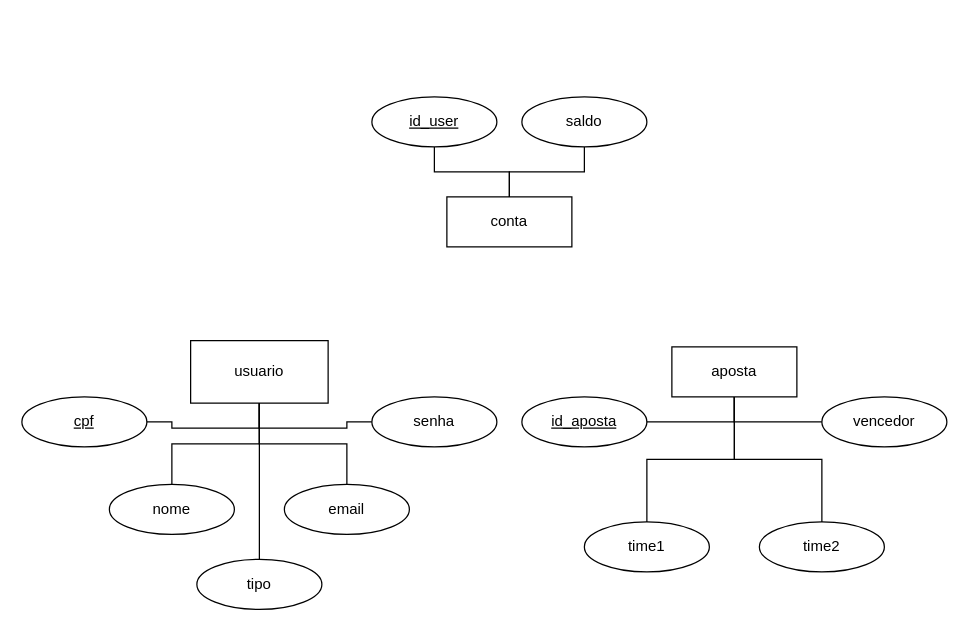
Before: docs/casadeapostas.drawio in batista29/Footbet, a draw.io diagram. Source tidied: cells renumbered, new cells numbered last; positions are measured from the earlier drawing's top-left corner, leaving out a move shared by most shapes. Both pictures are drawn from the tidied source at 125%, with x=0, y=0 at pixel (21, 96).
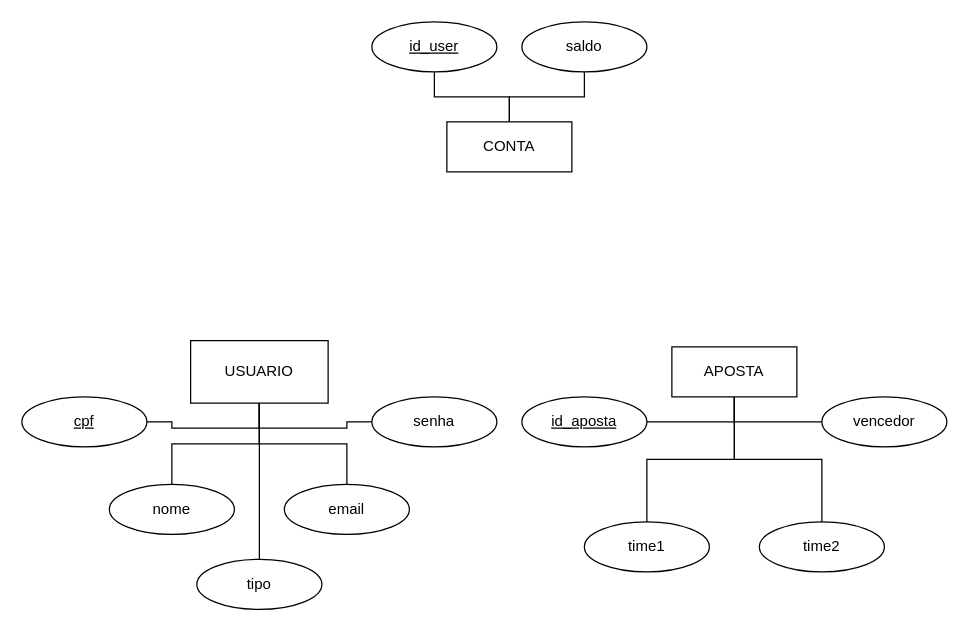
Above is the later version.

Diff of the diagram source:
```diff
@@
-    <mxCell id="2" value="usuario" style="html=1;whiteSpace=wrap;" parent="1" vertex="1">
+    <mxCell id="2" value="USUARIO" style="html=1;whiteSpace=wrap;" parent="1" vertex="1">
       <mxGeometry x="135" y="195" width="110" height="50" as="geometry" />
     </mxCell>
@@
-    <mxCell id="11" value="aposta" style="whiteSpace=wrap;html=1;align=center;" parent="1" vertex="1">
+    <mxCell id="11" value="APOSTA" style="whiteSpace=wrap;html=1;align=center;" parent="1" vertex="1">
       <mxGeometry x="520" y="200" width="100" height="40" as="geometry" />
     </mxCell>
@@
-    <mxCell id="22" value="conta" style="whiteSpace=wrap;html=1;align=center;" parent="1" vertex="1">
-      <mxGeometry x="340" y="80" width="100" height="40" as="geometry" />
+    <mxCell id="22" value="CONTA" style="whiteSpace=wrap;html=1;align=center;" parent="1" vertex="1">
+      <mxGeometry x="340" y="20" width="100" height="40" as="geometry" />
     </mxCell>
@@
     <mxCell id="24" value="saldo" style="ellipse;whiteSpace=wrap;html=1;align=center;" parent="1" vertex="1">
-      <mxGeometry x="400" width="100" height="40" as="geometry" />
+      <mxGeometry x="400" y="-60" width="100" height="40" as="geometry" />
     </mxCell>
@@
     <mxCell id="26" value="id_user" style="ellipse;whiteSpace=wrap;html=1;align=center;fontStyle=4;" parent="1" vertex="1">
-      <mxGeometry x="280" width="100" height="40" as="geometry" />
+      <mxGeometry x="280" y="-60" width="100" height="40" as="geometry" />
     </mxCell>
```
